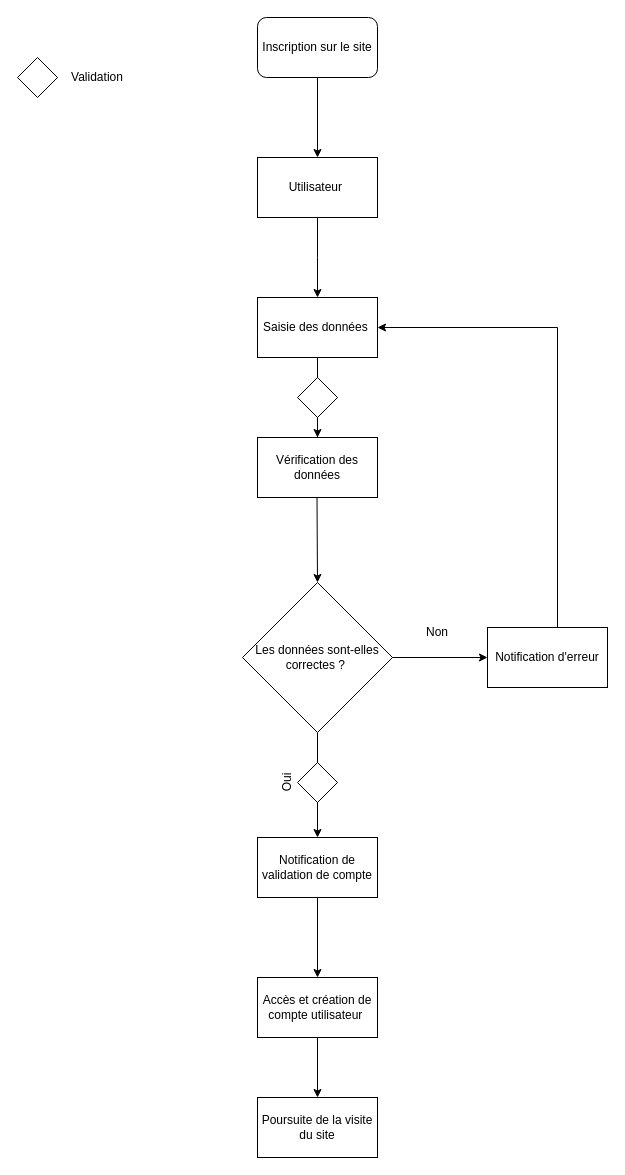
Above: page "Diagramme d'état utilisateur" (1 of 6) of Diagramme sans nom.drawio in loubhmd/loubhmd (draw.io), before the change. Source tidied: cells renumbered, new cells numbered last; positions are measured from the earlier drawing's top-left corner, leaving out a move shared by most shapes. Both pictures are drawn from the tidied source at 100%, with x=0, y=0 at pixel (17, 17).
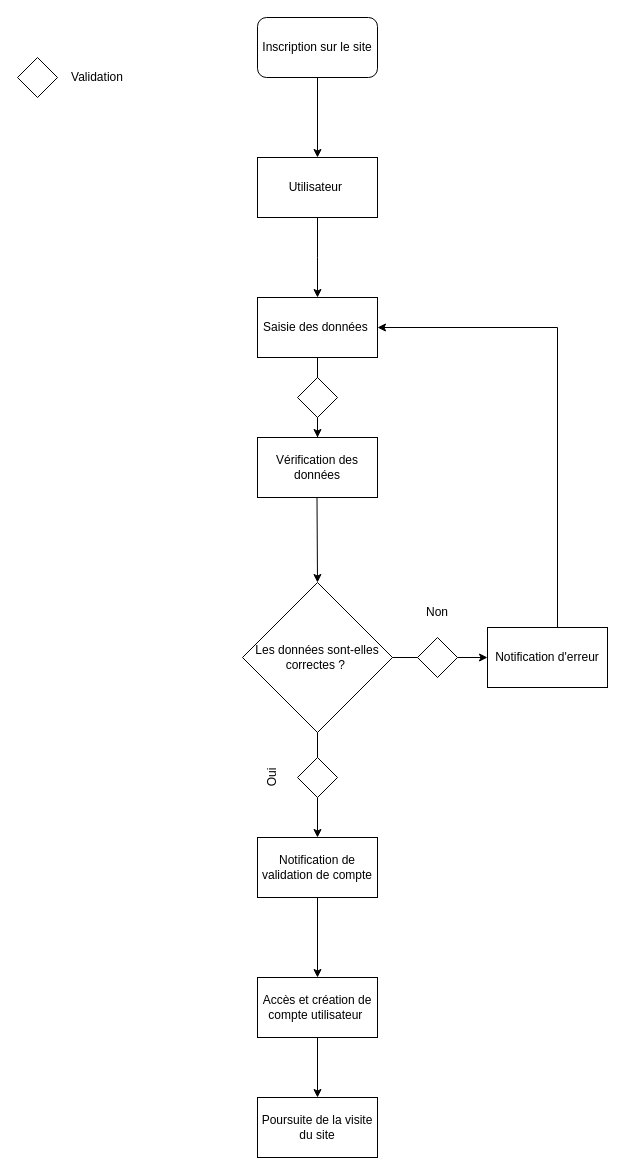
Above is the later version.

The change refers to these unchanged cells:
```xml
<mxCell id="13" value="Notification d'erreur" style="whiteSpace=wrap;html=1;" parent="1" vertex="1">
  <mxGeometry x="470" y="610" width="120" height="60" as="geometry" />
</mxCell>
<mxCell id="18" value="Les données sont-elles correctes ?&amp;nbsp;" style="rhombus;whiteSpace=wrap;html=1;" parent="1" vertex="1">
  <mxGeometry x="225" y="565" width="150" height="150" as="geometry" />
</mxCell>
<mxCell id="21" value="Notification de validation de compte" style="rounded=1;whiteSpace=wrap;html=1;arcSize=0;" parent="1" vertex="1">
  <mxGeometry x="240" y="820" width="120" height="60" as="geometry" />
</mxCell>
```

The edit, as a diff of the source:
```diff
@@
     <mxCell id="9" value="Oui" style="text;html=1;strokeColor=none;fillColor=none;align=center;verticalAlign=middle;whiteSpace=wrap;rounded=0;rotation=-90;" parent="1" vertex="1">
-      <mxGeometry x="240" y="750" width="60" height="30" as="geometry" />
+      <mxGeometry x="225" y="745" width="60" height="30" as="geometry" />
     </mxCell>
@@
     <mxCell id="14" value="Non" style="text;html=1;strokeColor=none;fillColor=none;align=center;verticalAlign=middle;whiteSpace=wrap;rounded=0;rotation=0;" parent="1" vertex="1">
-      <mxGeometry x="390" y="600" width="60" height="30" as="geometry" />
+      <mxGeometry x="390" y="580" width="60" height="30" as="geometry" />
     </mxCell>
@@
-    <mxCell id="17" style="edgeStyle=orthogonalEdgeStyle;rounded=0;jettySize=auto;html=1;" parent="1" edge="1" source="18" target="21">
+    <mxCell id="17" style="edgeStyle=orthogonalEdgeStyle;rounded=0;jettySize=auto;html=1;startArrow=none;" parent="1" edge="1" source="27" target="21">
       <mxGeometry relative="1" as="geometry" />
     </mxCell>
@@
-    <mxCell id="19" style="endArrow=classic;html=1;rounded=0;exitX=1;exitY=0.5;exitDx=0;exitDy=0;entryX=0;entryY=0.5;entryDx=0;entryDy=0;" parent="1" edge="1" source="18" target="13">
+    <mxCell id="19" style="endArrow=classic;html=1;rounded=0;exitX=1;exitY=0.5;exitDx=0;exitDy=0;entryX=0;entryY=0.5;entryDx=0;entryDy=0;startArrow=none;" parent="1" edge="1" source="28" target="13">
       <mxGeometry relative="1" as="geometry" />
     </mxCell>
@@
+    <mxCell id="28" style="rhombus;whiteSpace=wrap;html=1;" parent="1" vertex="1">
+      <mxGeometry x="400" y="620" width="40" height="40" as="geometry" />
+    </mxCell>
+    <mxCell id="29" style="endArrow=none;html=1;rounded=0;exitX=1;exitY=0.5;exitDx=0;exitDy=0;entryX=0;entryY=0.5;entryDx=0;entryDy=0;" parent="1" edge="1" source="18" target="28">
+      <mxGeometry relative="1" as="geometry" />
+    </mxCell>
     <mxCell id="27" style="rhombus;whiteSpace=wrap;html=1;" parent="1" vertex="1">
-      <mxGeometry x="280" y="745" width="40" height="40" as="geometry" />
+      <mxGeometry x="280" y="740" width="40" height="40" as="geometry" />
     </mxCell>
+    <mxCell id="30" style="edgeStyle=orthogonalEdgeStyle;rounded=0;jettySize=auto;html=1;endArrow=none;" parent="1" edge="1" source="18" target="27">
+      <mxGeometry relative="1" as="geometry" />
+    </mxCell>
```
